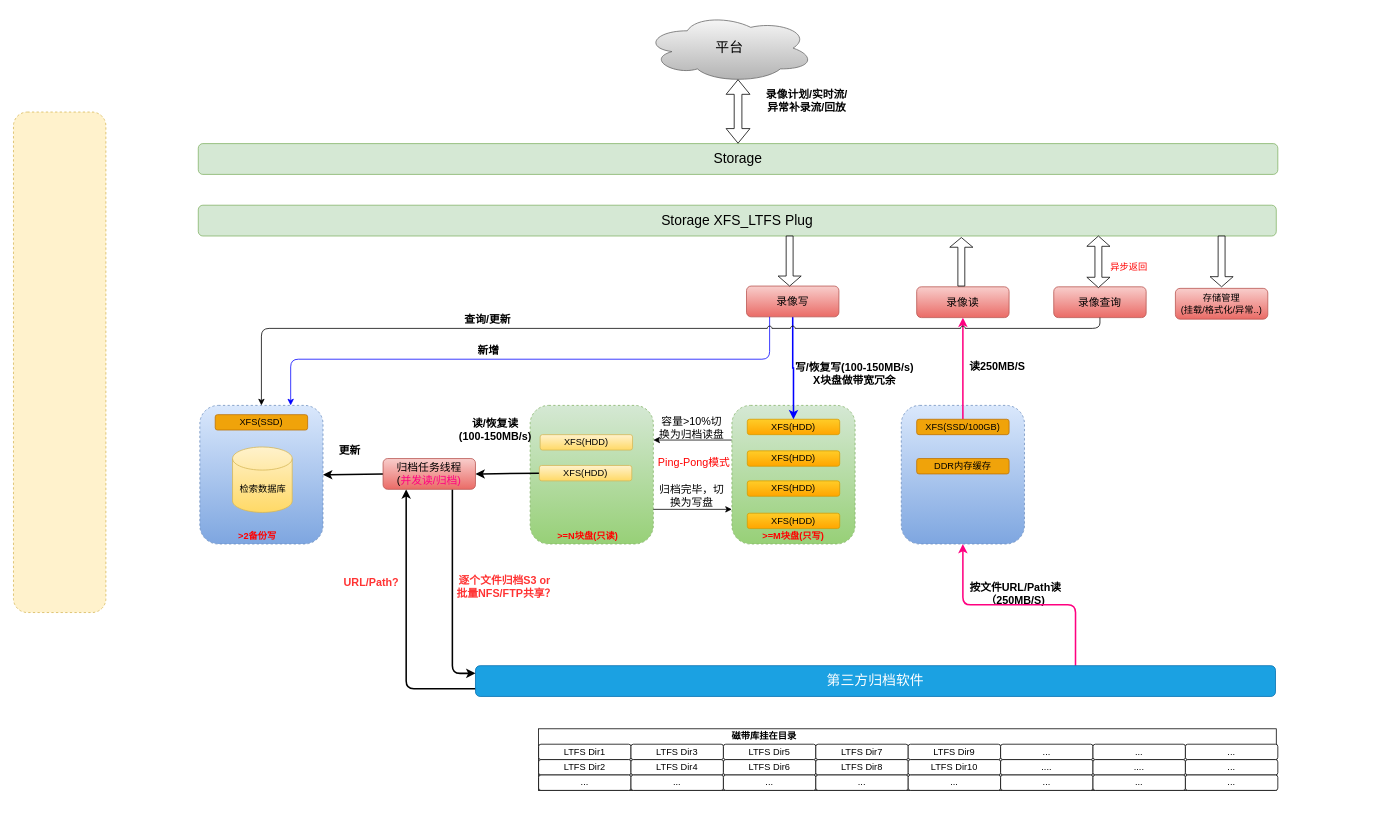
Before: Cidai_3.drawio in snowolfhawk/ceph-scripts, a draw.io diagram. Source tidied: cells renumbered, new cells numbered last; positions are measured from the earlier drawing's top-left corner, leaving out a move shared by most shapes. Both pictures are drawn from the tidied source at 77%, with x=0, y=0 at pixel (13, 13).
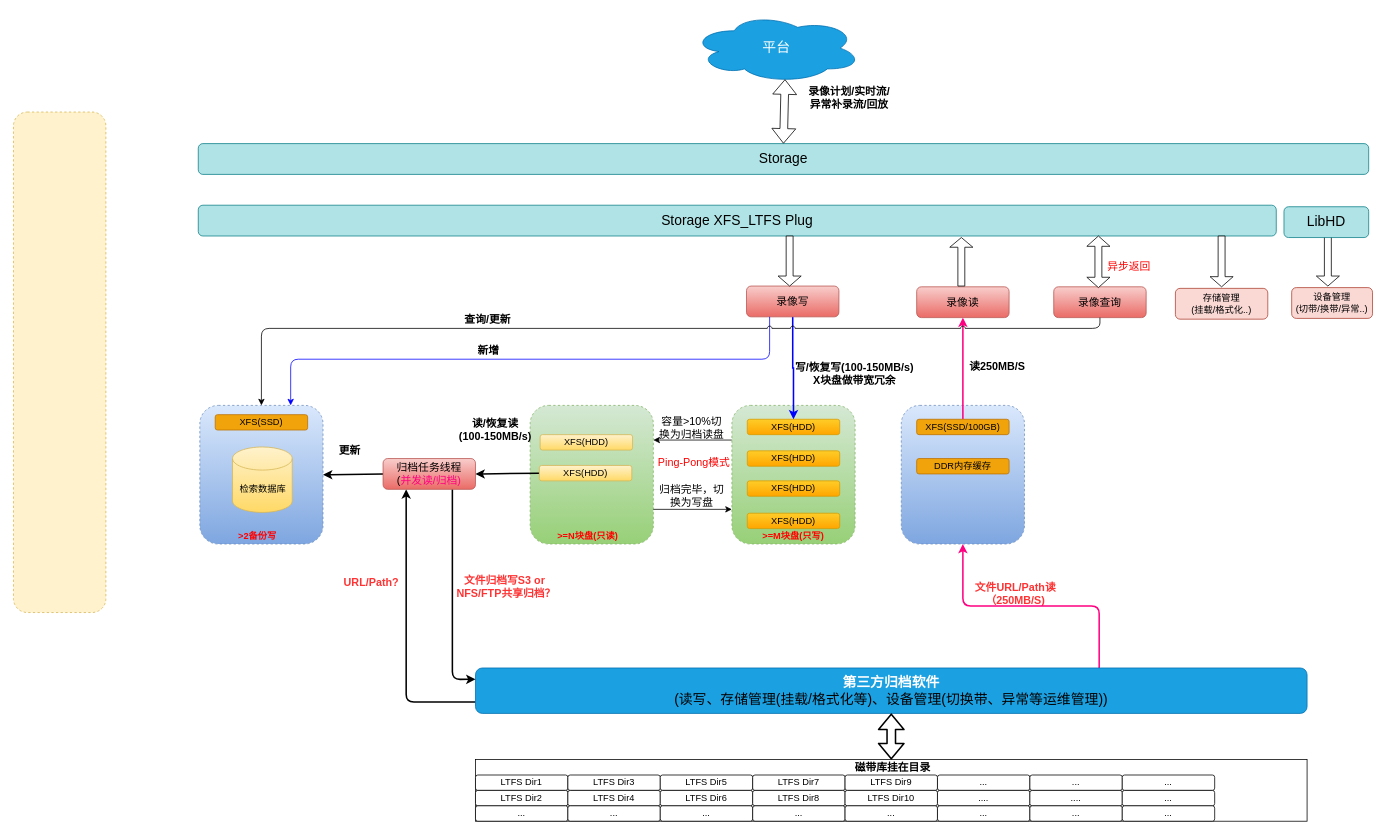
The same diagram, later.

Change to the diagram source:
```diff
@@
     <mxCell id="6" style="rounded=0;whiteSpace=wrap;html=1;" parent="1" vertex="1">
-      <mxGeometry x="682" y="929" width="958" height="80" as="geometry" />
+      <mxGeometry x="600" y="969" width="1080" height="80" as="geometry" />
     </mxCell>
@@
-    <mxCell id="20" value="&lt;b&gt;磁带库挂在目录&lt;/b&gt;" style="text;html=1;strokeColor=none;fillColor=none;align=center;verticalAlign=middle;whiteSpace=wrap;rounded=0;" parent="1" vertex="1">
-      <mxGeometry x="930" y="929" width="90" height="20" as="geometry" />
+    <mxCell id="20" value="&lt;b&gt;&lt;font style=&quot;font-size: 14px;&quot;&gt;磁带库挂在目录&lt;/font&gt;&lt;/b&gt;" style="text;html=1;strokeColor=none;fillColor=none;align=center;verticalAlign=middle;whiteSpace=wrap;rounded=0;" parent="1" vertex="1">
+      <mxGeometry x="1076" y="969" width="132" height="20" as="geometry" />
     </mxCell>
     <mxCell id="21" value="&lt;span style=&quot;&quot;&gt;LTFS Dir1&lt;/span&gt;" style="rounded=1;whiteSpace=wrap;html=1;" parent="1" vertex="1">
-      <mxGeometry x="682" y="949" width="120" height="20" as="geometry" />
+      <mxGeometry x="600" y="989" width="120" height="20" as="geometry" />
     </mxCell>
     <mxCell id="22" value="LTFS Dir3" style="rounded=1;whiteSpace=wrap;html=1;" parent="1" vertex="1">
-      <mxGeometry x="802" y="949" width="120" height="20" as="geometry" />
+      <mxGeometry x="720" y="989" width="120" height="20" as="geometry" />
     </mxCell>
     <mxCell id="23" value="LTFS Dir2" style="rounded=1;whiteSpace=wrap;html=1;" parent="1" vertex="1">
-      <mxGeometry x="682" y="969" width="120" height="20" as="geometry" />
+      <mxGeometry x="600" y="1009" width="120" height="20" as="geometry" />
     </mxCell>
     <mxCell id="24" value="LTFS Dir5" style="rounded=1;whiteSpace=wrap;html=1;" parent="1" vertex="1">
-      <mxGeometry x="922" y="949" width="120" height="20" as="geometry" />
+      <mxGeometry x="840" y="989" width="120" height="20" as="geometry" />
     </mxCell>
     <mxCell id="25" value="LTFS Dir4" style="rounded=1;whiteSpace=wrap;html=1;" parent="1" vertex="1">
-      <mxGeometry x="802" y="969" width="120" height="20" as="geometry" />
+      <mxGeometry x="720" y="1009" width="120" height="20" as="geometry" />
     </mxCell>
     <mxCell id="26" value="LTFS Dir6" style="rounded=1;whiteSpace=wrap;html=1;" parent="1" vertex="1">
-      <mxGeometry x="922" y="969" width="120" height="20" as="geometry" />
+      <mxGeometry x="840" y="1009" width="120" height="20" as="geometry" />
     </mxCell>
     <mxCell id="27" value="&lt;span style=&quot;&quot;&gt;...&lt;/span&gt;" style="rounded=1;whiteSpace=wrap;html=1;" parent="1" vertex="1">
-      <mxGeometry x="682" y="989" width="120" height="20" as="geometry" />
+      <mxGeometry x="600" y="1029" width="120" height="20" as="geometry" />
     </mxCell>
     <mxCell id="28" value="&lt;span style=&quot;&quot;&gt;...&lt;/span&gt;" style="rounded=1;whiteSpace=wrap;html=1;" parent="1" vertex="1">
-      <mxGeometry x="802" y="989" width="120" height="20" as="geometry" />
+      <mxGeometry x="720" y="1029" width="120" height="20" as="geometry" />
     </mxCell>
     <mxCell id="29" value="&lt;span style=&quot;&quot;&gt;...&lt;/span&gt;" style="rounded=1;whiteSpace=wrap;html=1;" parent="1" vertex="1">
-      <mxGeometry x="922" y="989" width="120" height="20" as="geometry" />
+      <mxGeometry x="840" y="1029" width="120" height="20" as="geometry" />
     </mxCell>
     <mxCell id="30" value="LTFS Dir7" style="rounded=1;whiteSpace=wrap;html=1;" parent="1" vertex="1">
-      <mxGeometry x="1042" y="949" width="120" height="20" as="geometry" />
+      <mxGeometry x="960" y="989" width="120" height="20" as="geometry" />
     </mxCell>
     <mxCell id="31" value="LTFS Dir8" style="rounded=1;whiteSpace=wrap;html=1;" parent="1" vertex="1">
-      <mxGeometry x="1042" y="969" width="120" height="20" as="geometry" />
+      <mxGeometry x="960" y="1009" width="120" height="20" as="geometry" />
     </mxCell>
     <mxCell id="32" value="LTFS Dir9" style="rounded=1;whiteSpace=wrap;html=1;" parent="1" vertex="1">
-      <mxGeometry x="1162" y="949" width="120" height="20" as="geometry" />
+      <mxGeometry x="1080" y="989" width="120" height="20" as="geometry" />
     </mxCell>
     <mxCell id="33" value="LTFS Dir10" style="rounded=1;whiteSpace=wrap;html=1;" parent="1" vertex="1">
-      <mxGeometry x="1162" y="969" width="120" height="20" as="geometry" />
+      <mxGeometry x="1080" y="1009" width="120" height="20" as="geometry" />
     </mxCell>
     <mxCell id="34" value="&lt;span style=&quot;&quot;&gt;...&lt;/span&gt;" style="rounded=1;whiteSpace=wrap;html=1;" parent="1" vertex="1">
-      <mxGeometry x="1042" y="989" width="120" height="20" as="geometry" />
+      <mxGeometry x="960" y="1029" width="120" height="20" as="geometry" />
     </mxCell>
     <mxCell id="35" value="&lt;span style=&quot;&quot;&gt;...&lt;/span&gt;" style="rounded=1;whiteSpace=wrap;html=1;" parent="1" vertex="1">
-      <mxGeometry x="1162" y="989" width="120" height="20" as="geometry" />
+      <mxGeometry x="1080" y="1029" width="120" height="20" as="geometry" />
     </mxCell>
-    <mxCell id="36" value="&lt;b&gt;&lt;font style=&quot;font-size: 14px;&quot;&gt;按文件URL/Path读（250MB/S)&lt;/font&gt;&lt;/b&gt;" style="text;html=1;strokeColor=none;fillColor=none;align=center;verticalAlign=middle;whiteSpace=wrap;rounded=0;" parent="1" vertex="1">
+    <mxCell id="36" value="&lt;b&gt;&lt;font color=&quot;#ff3333&quot; style=&quot;font-size: 14px;&quot;&gt;文件URL/Path读（250MB/S)&lt;/font&gt;&lt;/b&gt;" style="text;html=1;strokeColor=none;fillColor=none;align=center;verticalAlign=middle;whiteSpace=wrap;rounded=0;" parent="1" vertex="1">
       <mxGeometry x="1233" y="739" width="137" height="29" as="geometry" />
     </mxCell>
@@
-    <mxCell id="46" value="&lt;b&gt;&lt;font color=&quot;#ff3333&quot; style=&quot;font-size: 14px;&quot;&gt;逐个文件归档S3 or&amp;nbsp;&lt;br&gt;批量NFS/FTP共享？&lt;/font&gt;&lt;/b&gt;" style="text;html=1;strokeColor=none;fillColor=none;align=center;verticalAlign=middle;whiteSpace=wrap;rounded=0;" parent="1" vertex="1">
+    <mxCell id="46" value="&lt;b&gt;&lt;font color=&quot;#ff3333&quot; style=&quot;font-size: 14px;&quot;&gt;文件归档写S3 or&amp;nbsp;&lt;br&gt;NFS/FTP共享归档？&lt;/font&gt;&lt;/b&gt;" style="text;html=1;strokeColor=none;fillColor=none;align=center;verticalAlign=middle;whiteSpace=wrap;rounded=0;" parent="1" vertex="1">
       <mxGeometry x="565" y="729" width="150" height="29" as="geometry" />
     </mxCell>
@@
-    <mxCell id="53" value="&lt;font style=&quot;font-size: 18px;&quot;&gt;Storage XFS_LTFS Plug&lt;/font&gt;" style="rounded=1;whiteSpace=wrap;html=1;fillColor=#d5e8d4;strokeColor=#82b366;" parent="1" vertex="1">
+    <mxCell id="53" value="&lt;font style=&quot;font-size: 18px;&quot;&gt;Storage XFS_LTFS Plug&lt;/font&gt;" style="rounded=1;whiteSpace=wrap;html=1;fillColor=#b0e3e6;strokeColor=#0e8088;" parent="1" vertex="1">
       <mxGeometry x="240" y="249" width="1400" height="40" as="geometry" />
     </mxCell>
-    <mxCell id="54" value="&lt;font style=&quot;font-size: 18px;&quot;&gt;Storage&lt;/font&gt;" style="rounded=1;whiteSpace=wrap;html=1;fillColor=#d5e8d4;strokeColor=#82b366;" parent="1" vertex="1">
-      <mxGeometry x="240" y="169" width="1402" height="40" as="geometry" />
+    <mxCell id="54" value="&lt;font style=&quot;font-size: 18px;&quot;&gt;Storage&lt;/font&gt;" style="rounded=1;whiteSpace=wrap;html=1;fillColor=#b0e3e6;strokeColor=#0e8088;" parent="1" vertex="1">
+      <mxGeometry x="240" y="169" width="1520" height="40" as="geometry" />
     </mxCell>
@@
-    <mxCell id="58" value="存储管理&lt;br&gt;(挂载/格式化/异常..)" style="rounded=1;whiteSpace=wrap;html=1;fillColor=#f8cecc;gradientColor=#ea6b66;strokeColor=#b85450;" parent="1" vertex="1">
+    <mxCell id="58" value="存储管理&lt;br&gt;(挂载/格式化..)" style="rounded=1;whiteSpace=wrap;html=1;fillColor=#fad9d5;strokeColor=#ae4132;" parent="1" vertex="1">
       <mxGeometry x="1509" y="357" width="120" height="40" as="geometry" />
     </mxCell>
@@
-    <mxCell id="63" value="&lt;font color=&quot;#ff0000&quot;&gt;异步返回&lt;/font&gt;" style="text;html=1;strokeColor=none;fillColor=none;align=center;verticalAlign=middle;whiteSpace=wrap;rounded=0;" parent="1" vertex="1">
+    <mxCell id="63" value="&lt;font style=&quot;font-size: 14px;&quot; color=&quot;#ff0000&quot;&gt;异步返回&lt;/font&gt;" style="text;html=1;strokeColor=none;fillColor=none;align=center;verticalAlign=middle;whiteSpace=wrap;rounded=0;" parent="1" vertex="1">
       <mxGeometry x="1409" y="319" width="80" height="20" as="geometry" />
     </mxCell>
@@
-    <mxCell id="68" value="&lt;span style=&quot;font-size: 18px;&quot;&gt;第三方归档软件&lt;/span&gt;" style="rounded=1;whiteSpace=wrap;html=1;fillColor=#1ba1e2;strokeColor=#006EAF;fontColor=#ffffff;" parent="1" vertex="1">
-      <mxGeometry x="600" y="847" width="1039" height="40" as="geometry" />
+    <mxCell id="68" value="&lt;span style=&quot;font-size: 18px;&quot;&gt;&lt;b&gt;第三方归档软件&lt;/b&gt;&lt;br&gt;&lt;font color=&quot;#000000&quot;&gt;(读写、存储管理(挂载/格式化等)、设备管理(切换带、异常等运维管理))&lt;/font&gt;&lt;/span&gt;" style="rounded=1;whiteSpace=wrap;html=1;fillColor=#1ba1e2;strokeColor=#006EAF;fontColor=#ffffff;" parent="1" vertex="1">
+      <mxGeometry x="600" y="850" width="1080" height="59" as="geometry" />
     </mxCell>
-    <mxCell id="69" value="平台" style="ellipse;shape=cloud;whiteSpace=wrap;html=1;fontSize=18;fillColor=#f5f5f5;strokeColor=#666666;gradientColor=#b3b3b3;" parent="1" vertex="1">
-      <mxGeometry x="820" width="220" height="90" as="geometry" />
+    <mxCell id="69" value="平台" style="ellipse;shape=cloud;whiteSpace=wrap;html=1;fontSize=18;fillColor=#1ba1e2;strokeColor=#006EAF;fontColor=#ffffff;" parent="1" vertex="1">
+      <mxGeometry x="881" width="220" height="90" as="geometry" />
     </mxCell>
     <mxCell id="70" value="&lt;b&gt;&lt;font style=&quot;font-size: 14px;&quot;&gt;录像计划/实时流/&lt;br&gt;异常补录流/回放&lt;/font&gt;&lt;/b&gt;" style="text;html=1;strokeColor=none;fillColor=none;align=center;verticalAlign=middle;whiteSpace=wrap;rounded=0;" parent="1" vertex="1">
-      <mxGeometry x="968" y="98" width="125" height="30" as="geometry" />
+      <mxGeometry x="1023" y="89" width="125" height="39" as="geometry" />
     </mxCell>
@@
     <mxCell id="72" value="..." style="rounded=1;whiteSpace=wrap;html=1;" parent="1" vertex="1">
-      <mxGeometry x="1282" y="949" width="120" height="20" as="geometry" />
+      <mxGeometry x="1200" y="989" width="120" height="20" as="geometry" />
     </mxCell>
     <mxCell id="73" value="...." style="rounded=1;whiteSpace=wrap;html=1;" parent="1" vertex="1">
-      <mxGeometry x="1282" y="969" width="120" height="20" as="geometry" />
+      <mxGeometry x="1200" y="1009" width="120" height="20" as="geometry" />
     </mxCell>
     <mxCell id="74" value="&lt;span style=&quot;&quot;&gt;...&lt;/span&gt;" style="rounded=1;whiteSpace=wrap;html=1;" parent="1" vertex="1">
-      <mxGeometry x="1282" y="989" width="120" height="20" as="geometry" />
+      <mxGeometry x="1200" y="1029" width="120" height="20" as="geometry" />
     </mxCell>
     <mxCell id="75" value="..." style="rounded=1;whiteSpace=wrap;html=1;" parent="1" vertex="1">
-      <mxGeometry x="1402" y="949" width="120" height="20" as="geometry" />
+      <mxGeometry x="1320" y="989" width="120" height="20" as="geometry" />
     </mxCell>
     <mxCell id="76" value="...." style="rounded=1;whiteSpace=wrap;html=1;" parent="1" vertex="1">
-      <mxGeometry x="1402" y="969" width="120" height="20" as="geometry" />
+      <mxGeometry x="1320" y="1009" width="120" height="20" as="geometry" />
     </mxCell>
     <mxCell id="77" value="&lt;span style=&quot;&quot;&gt;...&lt;/span&gt;" style="rounded=1;whiteSpace=wrap;html=1;" parent="1" vertex="1">
-      <mxGeometry x="1402" y="989" width="120" height="20" as="geometry" />
+      <mxGeometry x="1320" y="1029" width="120" height="20" as="geometry" />
     </mxCell>
     <mxCell id="78" value="..." style="rounded=1;whiteSpace=wrap;html=1;" parent="1" vertex="1">
-      <mxGeometry x="1522" y="949" width="120" height="20" as="geometry" />
+      <mxGeometry x="1440" y="989" width="120" height="20" as="geometry" />
     </mxCell>
     <mxCell id="79" value="..." style="rounded=1;whiteSpace=wrap;html=1;" parent="1" vertex="1">
-      <mxGeometry x="1522" y="969" width="120" height="20" as="geometry" />
+      <mxGeometry x="1440" y="1009" width="120" height="20" as="geometry" />
     </mxCell>
     <mxCell id="80" value="&lt;span style=&quot;&quot;&gt;...&lt;/span&gt;" style="rounded=1;whiteSpace=wrap;html=1;" parent="1" vertex="1">
-      <mxGeometry x="1522" y="989" width="120" height="20" as="geometry" />
+      <mxGeometry x="1440" y="1029" width="120" height="20" as="geometry" />
     </mxCell>
@@
+    <mxCell id="85" style="shape=flexArrow;endArrow=classic;startArrow=classic;html=1;rounded=1;fontSize=14;fontColor=#FF3333;strokeColor=#000000;strokeWidth=2;jumpStyle=arc;entryX=0.5;entryY=1;entryDx=0;entryDy=0;" parent="1" edge="1" source="6" target="68">
+      <mxGeometry relative="1" as="geometry" />
+    </mxCell>
+    <mxCell id="86" value="设备管理&lt;br&gt;(切带/换带/异常..)" style="rounded=1;whiteSpace=wrap;html=1;fillColor=#fad9d5;strokeColor=#ae4132;" parent="1" vertex="1">
+      <mxGeometry x="1660" y="356" width="105" height="40" as="geometry" />
+    </mxCell>
+    <mxCell id="87" style="shape=singleArrow;direction=south;whiteSpace=wrap;html=1;fontColor=#FF0000;" parent="1" vertex="1">
+      <mxGeometry x="1692" y="289" width="30" height="65" as="geometry" />
+    </mxCell>
+    <mxCell id="88" value="&lt;font style=&quot;font-size: 18px;&quot;&gt;LibHD&lt;/font&gt;" style="rounded=1;whiteSpace=wrap;html=1;fillColor=#b0e3e6;strokeColor=#0e8088;" parent="1" vertex="1">
+      <mxGeometry x="1650" y="251" width="110" height="40" as="geometry" />
+    </mxCell>
```
